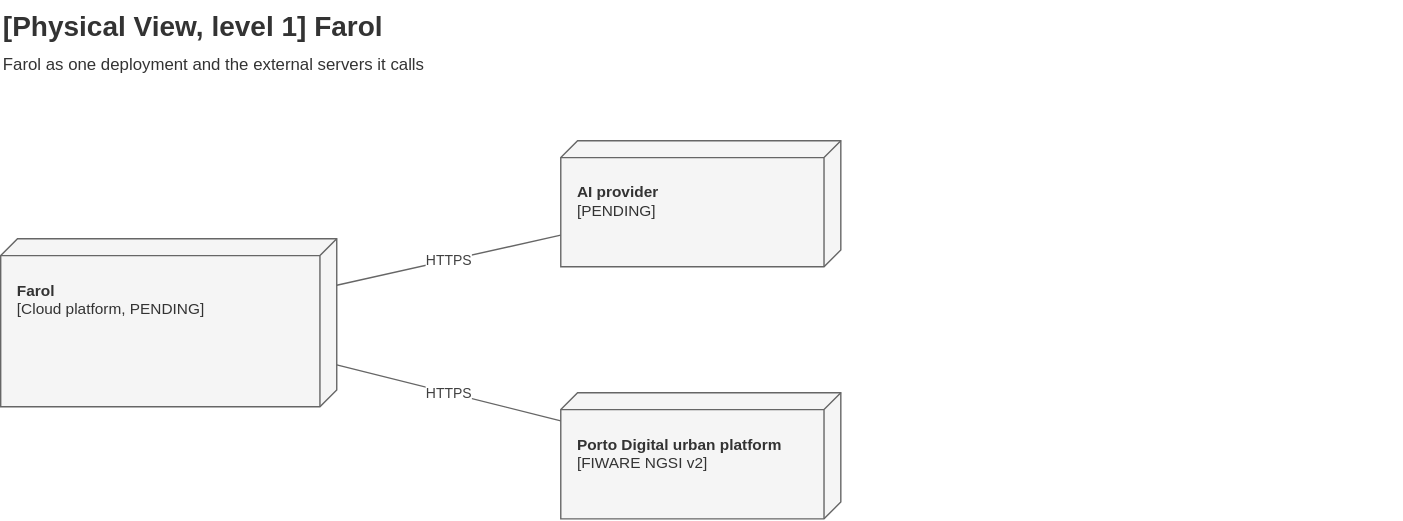
Before: Docs/Technical/diagrams/physical-view-level-1.drawio.svg, a diagram exported from draw.io (tomasoliveira21/LABDSOF). Source tidied: cells renumbered, new cells last; positions are measured from the earlier drawing's top-left corner, leaving out a move shared by most shapes.
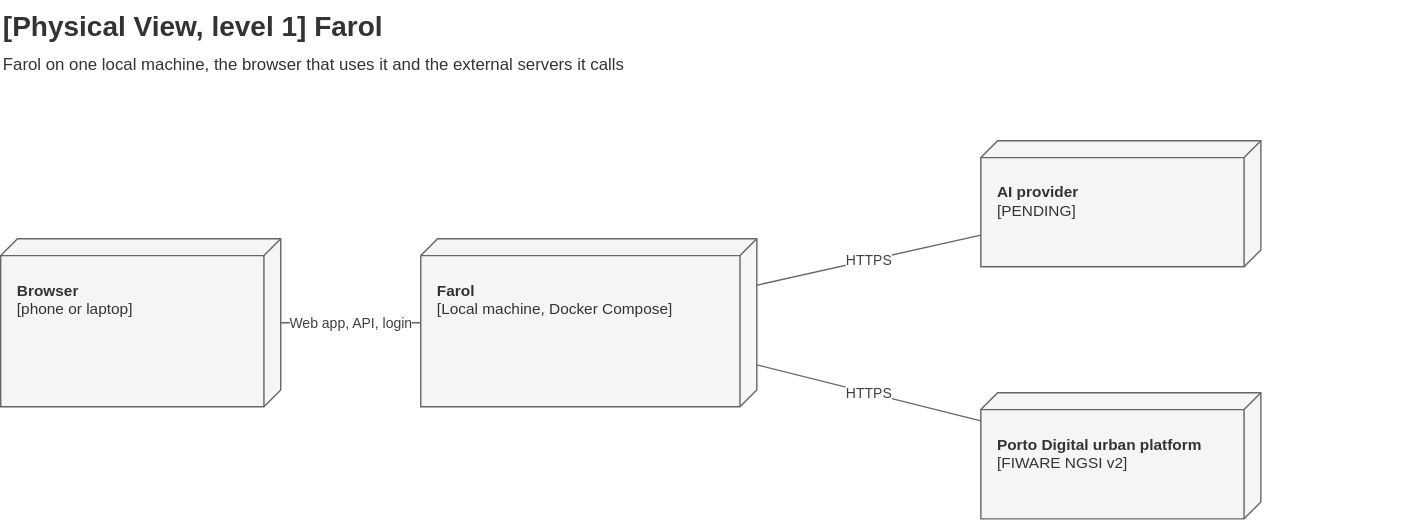
Later version of the same file.

What changed in the source:
```diff
@@ -2,10 +2,10 @@
   <root>
     <mxCell id="0" />
     <mxCell id="1" parent="0" />
-    <mxCell id="2" value="&lt;b&gt;[Physical View, level 1] Farol&lt;/b&gt;&lt;br&gt;&lt;font style=&quot;font-size:12px&quot;&gt;Farol as one deployment and the external servers it calls&lt;/font&gt;" style="text;html=1;align=left;verticalAlign=top;fontSize=20;fontColor=#333333;" parent="1" vertex="1">
-      <mxGeometry width="1000" height="60" as="geometry" />
+    <mxCell id="2" value="&lt;b&gt;[Physical View, level 1] Farol&lt;/b&gt;&lt;br&gt;&lt;font style=&quot;font-size:12px&quot;&gt;Farol on one local machine, the browser that uses it and the external servers it calls&lt;/font&gt;" style="text;html=1;align=left;verticalAlign=top;fontSize=20;fontColor=#333333;" parent="1" vertex="1">
+      <mxGeometry x="-300" width="1000" height="60" as="geometry" />
     </mxCell>
-    <mxCell id="3" value="&lt;b&gt;Farol&lt;/b&gt;&lt;br&gt;[Cloud platform, PENDING]" style="shape=cube;size=12;flipH=1;whiteSpace=wrap;html=1;fillColor=#f5f5f5;strokeColor=#666666;fontColor=#333333;verticalAlign=top;align=left;spacing=12;spacingTop=14;fontSize=11;" parent="1" vertex="1">
+    <mxCell id="3" value="&lt;b&gt;Farol&lt;/b&gt;&lt;br&gt;[Local machine, Docker Compose]" style="shape=cube;size=12;flipH=1;whiteSpace=wrap;html=1;fillColor=#f5f5f5;strokeColor=#666666;fontColor=#333333;verticalAlign=top;align=left;spacing=12;spacingTop=14;fontSize=11;" parent="1" vertex="1">
       <mxGeometry y="170" width="240" height="120" as="geometry" />
     </mxCell>
     <mxCell id="4" value="&lt;b&gt;AI provider&lt;/b&gt;&lt;br&gt;[PENDING]" style="shape=cube;size=12;flipH=1;whiteSpace=wrap;html=1;fillColor=#f5f5f5;strokeColor=#666666;fontColor=#333333;verticalAlign=top;align=left;spacing=12;spacingTop=14;fontSize=11;" parent="1" vertex="1">
@@ -20,5 +20,11 @@
     <mxCell id="7" value="HTTPS" style="endArrow=none;html=1;fontSize=10;fontColor=#404040;strokeColor=#666666;rounded=0;labelBackgroundColor=#ffffff;" parent="1" edge="1" source="3" target="5">
       <mxGeometry relative="1" as="geometry" />
     </mxCell>
+    <mxCell id="8" value="&lt;b&gt;Browser&lt;/b&gt;&lt;br&gt;[phone or laptop]" style="shape=cube;size=12;flipH=1;whiteSpace=wrap;html=1;fillColor=#f5f5f5;strokeColor=#666666;fontColor=#333333;verticalAlign=top;align=left;spacing=12;spacingTop=14;fontSize=11;" parent="1" vertex="1">
+      <mxGeometry x="-300" y="170" width="200" height="120" as="geometry" />
+    </mxCell>
+    <mxCell id="9" value="Web app, API, login" style="endArrow=none;html=1;fontSize=10;fontColor=#404040;strokeColor=#666666;rounded=0;labelBackgroundColor=#ffffff;" parent="1" edge="1" source="8" target="3">
+      <mxGeometry relative="1" as="geometry" />
+    </mxCell>
   </root>
 </mxGraphModel>
```
